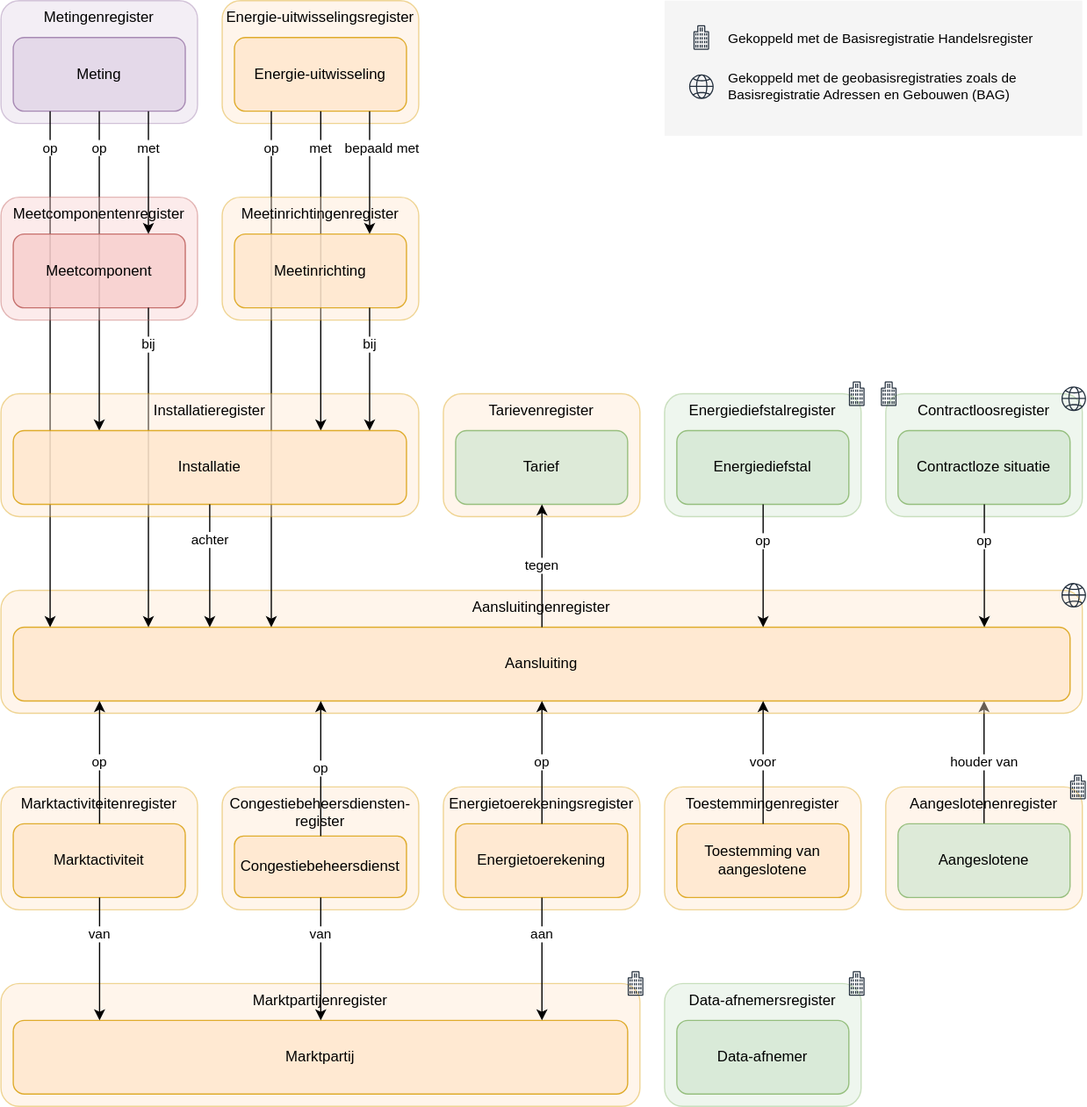
Before: docs/assets/images/stelselplaat.drawio.svg, a diagram exported from draw.io (Netbeheer-Nederland/stelsel). Source tidied: cells renumbered, new cells last; positions are measured from the earlier drawing's top-left corner, leaving out a move shared by most shapes.
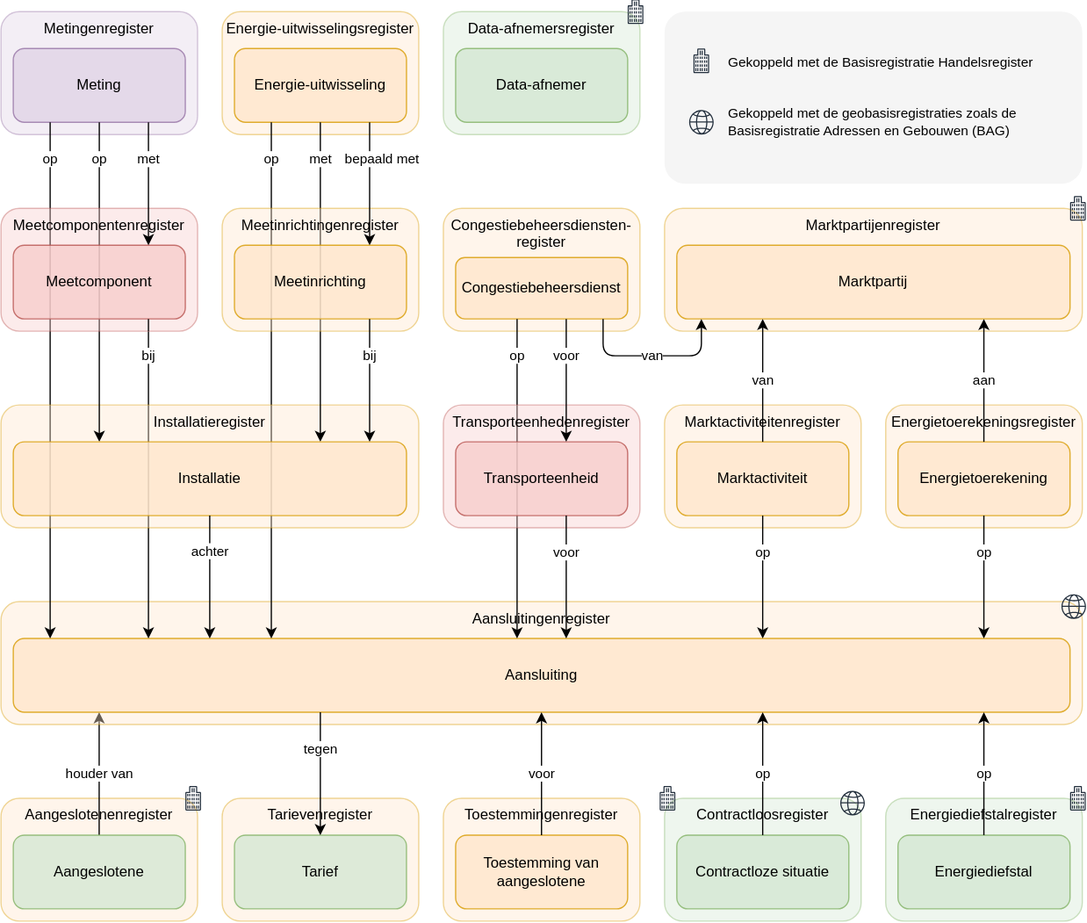
The same file after the commit.

Commit message:
van netfunctie naar transporteenheid

The edit, as a diff of the source:
```diff
@@ -2,72 +2,73 @@
   <root>
     <mxCell id="0" />
     <mxCell id="1" parent="0" />
-    <mxCell id="2" style="rounded=0;whiteSpace=wrap;html=1;fillColor=#f5f5f5;fontColor=#333333;strokeColor=none;" parent="1" vertex="1">
-      <mxGeometry x="540" width="340" height="110" as="geometry" />
+    <mxCell id="2" style="rounded=1;whiteSpace=wrap;html=1;fillColor=#f5f5f5;fontColor=#333333;strokeColor=none;arcSize=12;" parent="1" vertex="1">
+      <mxGeometry x="540" width="340" height="140" as="geometry" />
     </mxCell>
     <mxCell id="3" value="Toestemmingenregister" style="rounded=1;whiteSpace=wrap;html=1;verticalAlign=top;horizontal=1;align=center;fillColor=#ffe6cc;strokeColor=#d79b00;opacity=40;fontColor=default;" parent="1" vertex="1">
-      <mxGeometry x="540" y="640" width="160" height="100" as="geometry" />
+      <mxGeometry x="360" y="640" width="160" height="100" as="geometry" />
     </mxCell>
     <mxCell id="4" value="Marktpartijenregister" style="rounded=1;whiteSpace=wrap;html=1;verticalAlign=top;align=center;horizontal=1;fillColor=#ffe6cc;strokeColor=#d79b00;opacity=40;fontColor=default;" parent="1" vertex="1">
-      <mxGeometry y="800" width="520" height="100" as="geometry" />
+      <mxGeometry x="540" y="160" width="340" height="100" as="geometry" />
     </mxCell>
     <mxCell id="5" value="Marktpartij" style="rounded=1;whiteSpace=wrap;html=1;fillColor=#ffe6cc;strokeColor=#d79b00;opacity=80;fontColor=default;" parent="1" vertex="1">
-      <mxGeometry x="10" y="830" width="500" height="60" as="geometry" />
+      <mxGeometry x="550" y="190" width="320" height="60" as="geometry" />
     </mxCell>
     <mxCell id="6" value="Marktactiviteitenregister" style="rounded=1;whiteSpace=wrap;html=1;verticalAlign=top;align=center;horizontal=1;fillColor=#ffe6cc;strokeColor=#d79b00;opacity=40;fontColor=default;" parent="1" vertex="1">
-      <mxGeometry y="640" width="160" height="100" as="geometry" />
+      <mxGeometry x="540" y="320" width="160" height="100" as="geometry" />
     </mxCell>
     <mxCell id="7" value="Congestiebeheersdiensten-register" style="rounded=1;whiteSpace=wrap;html=1;verticalAlign=top;align=center;horizontal=1;fillColor=#ffe6cc;strokeColor=#d79b00;opacity=40;fontColor=default;" parent="1" vertex="1">
-      <mxGeometry x="180" y="640" width="160" height="100" as="geometry" />
+      <mxGeometry x="360" y="160" width="160" height="100" as="geometry" />
     </mxCell>
     <mxCell id="8" value="Marktactiviteit" style="rounded=1;whiteSpace=wrap;html=1;fillColor=#ffe6cc;strokeColor=#d79b00;opacity=80;fontColor=default;" parent="1" vertex="1">
-      <mxGeometry x="10" y="670" width="140" height="60" as="geometry" />
+      <mxGeometry x="550" y="350" width="140" height="60" as="geometry" />
     </mxCell>
     <mxCell id="9" value="Toestemming van aangeslotene" style="rounded=1;whiteSpace=wrap;html=1;fillColor=#ffe6cc;strokeColor=#d79b00;opacity=80;fontColor=default;" parent="1" vertex="1">
-      <mxGeometry x="550" y="670" width="140" height="60" as="geometry" />
+      <mxGeometry x="370" y="670" width="140" height="60" as="geometry" />
     </mxCell>
     <mxCell id="10" value="Congestiebeheersdienst" style="rounded=1;whiteSpace=wrap;html=1;fillColor=#ffe6cc;strokeColor=#d79b00;opacity=80;fontColor=default;" parent="1" vertex="1">
-      <mxGeometry x="190" y="680" width="140" height="50" as="geometry" />
+      <mxGeometry x="370" y="200" width="140" height="50" as="geometry" />
     </mxCell>
     <mxCell id="11" value="van" style="endArrow=classic;html=1;rounded=0;edgeStyle=elbowEdgeStyle;fontColor=default;" parent="1" edge="1" source="8" target="5">
-      <mxGeometry x="-0.4" relative="1" as="geometry" />
+      <mxGeometry relative="1" as="geometry" />
     </mxCell>
-    <mxCell id="12" value="van" style="endArrow=classic;html=1;rounded=0;edgeStyle=elbowEdgeStyle;fontColor=default;" parent="1" edge="1" source="10" target="5">
-      <mxGeometry x="-0.4" relative="1" as="geometry" />
+    <mxCell id="12" value="van" style="endArrow=classic;html=1;rounded=1;edgeStyle=orthogonalEdgeStyle;fontColor=default;curved=0;" parent="1" edge="1" source="10" target="5">
+      <mxGeometry relative="1" as="geometry">
+        <Array as="points">
+          <mxPoint x="490" y="280" />
+          <mxPoint x="570" y="280" />
+        </Array>
+      </mxGeometry>
     </mxCell>
     <mxCell id="13" value="Energietoerekeningsregister" style="rounded=1;whiteSpace=wrap;html=1;verticalAlign=top;align=center;horizontal=1;fillColor=#ffe6cc;strokeColor=#d79b00;opacity=40;fontColor=default;" parent="1" vertex="1">
-      <mxGeometry x="360" y="640" width="160" height="100" as="geometry" />
+      <mxGeometry x="720" y="320" width="160" height="100" as="geometry" />
     </mxCell>
     <mxCell id="14" value="Energietoerekening" style="rounded=1;whiteSpace=wrap;html=1;fillColor=#ffe6cc;strokeColor=#d79b00;opacity=80;fontColor=default;" parent="1" vertex="1">
-      <mxGeometry x="370" y="670" width="140" height="60" as="geometry" />
+      <mxGeometry x="730" y="350" width="140" height="60" as="geometry" />
     </mxCell>
     <mxCell id="15" value="aan" style="endArrow=classic;html=1;rounded=0;edgeStyle=elbowEdgeStyle;fontColor=default;" parent="1" edge="1" source="14" target="5">
-      <mxGeometry x="-0.4" relative="1" as="geometry" />
+      <mxGeometry relative="1" as="geometry" />
     </mxCell>
     <mxCell id="16" value="Tarievenregister" style="rounded=1;whiteSpace=wrap;html=1;verticalAlign=top;horizontal=1;align=center;strokeWidth=1;fillColor=#ffe6cc;strokeColor=#d79b00;opacity=40;fontColor=default;" parent="1" vertex="1">
-      <mxGeometry x="360" y="320" width="160" height="100" as="geometry" />
+      <mxGeometry x="180" y="640" width="160" height="100" as="geometry" />
     </mxCell>
     <mxCell id="17" value="Aangeslotenenregister" style="rounded=1;whiteSpace=wrap;html=1;verticalAlign=top;horizontal=1;align=center;strokeWidth=1;opacity=40;fillColor=#ffe6cc;strokeColor=#d79b00;fontColor=default;" parent="1" vertex="1">
-      <mxGeometry x="720" y="640" width="160" height="100" as="geometry" />
+      <mxGeometry y="640" width="160" height="100" as="geometry" />
     </mxCell>
     <mxCell id="18" value="houder van" style="endArrow=classic;html=1;rounded=0;edgeStyle=elbowEdgeStyle;fontColor=default;" parent="1" edge="1" source="48" target="24">
-      <mxGeometry relative="1" as="geometry">
-        <Array as="points">
-          <mxPoint x="840" y="700" />
-        </Array>
-      </mxGeometry>
+      <mxGeometry relative="1" as="geometry" />
     </mxCell>
     <mxCell id="19" value="Contractloosregister" style="rounded=1;whiteSpace=wrap;html=1;verticalAlign=top;horizontal=1;align=center;fillColor=#d5e8d4;strokeColor=#82b366;opacity=40;fontColor=default;" parent="1" vertex="1">
-      <mxGeometry x="720" y="320" width="160" height="100" as="geometry" />
+      <mxGeometry x="540" y="640" width="160" height="100" as="geometry" />
     </mxCell>
     <mxCell id="20" value="Data-afnemersregister" style="rounded=1;whiteSpace=wrap;html=1;verticalAlign=top;horizontal=1;align=center;fillColor=#d5e8d4;strokeColor=#82b366;opacity=40;fontColor=default;" parent="1" vertex="1">
-      <mxGeometry x="540" y="800" width="160" height="100" as="geometry" />
+      <mxGeometry x="360" width="160" height="100" as="geometry" />
     </mxCell>
     <mxCell id="21" value="Tarief" style="rounded=1;whiteSpace=wrap;html=1;fillColor=#d5e8d4;strokeColor=#82b366;opacity=80;fontColor=default;" parent="1" vertex="1">
-      <mxGeometry x="370" y="350" width="140" height="60" as="geometry" />
+      <mxGeometry x="190" y="670" width="140" height="60" as="geometry" />
     </mxCell>
     <mxCell id="22" value="Data-afnemer" style="rounded=1;whiteSpace=wrap;html=1;fillColor=#d5e8d4;strokeColor=#82b366;opacity=80;fontColor=default;" parent="1" vertex="1">
-      <mxGeometry x="550" y="830" width="140" height="60" as="geometry" />
+      <mxGeometry x="370" y="30" width="140" height="60" as="geometry" />
     </mxCell>
     <mxCell id="23" value="Aansluitingenregister" style="rounded=1;whiteSpace=wrap;html=1;verticalAlign=top;horizontal=1;align=center;opacity=40;fillColor=#ffe6cc;strokeColor=#d79b00;fontColor=default;" parent="1" vertex="1">
       <mxGeometry y="480" width="880" height="100" as="geometry" />
@@ -76,10 +77,10 @@
       <mxGeometry x="10" y="510" width="860" height="60" as="geometry" />
     </mxCell>
     <mxCell id="25" value="Energiediefstalregister" style="rounded=1;whiteSpace=wrap;html=1;verticalAlign=top;align=center;horizontal=1;fillColor=#d5e8d4;strokeColor=#82b366;opacity=40;fontColor=default;" parent="1" vertex="1">
-      <mxGeometry x="540" y="320" width="160" height="100" as="geometry" />
+      <mxGeometry x="720" y="640" width="160" height="100" as="geometry" />
     </mxCell>
     <mxCell id="26" value="Energiediefstal" style="rounded=1;whiteSpace=wrap;html=1;fillColor=#d5e8d4;strokeColor=#82b366;opacity=80;fontColor=default;" parent="1" vertex="1">
-      <mxGeometry x="550" y="350" width="140" height="60" as="geometry" />
+      <mxGeometry x="730" y="670" width="140" height="60" as="geometry" />
     </mxCell>
     <mxCell id="27" value="Energie-uitwisselingsregister" style="rounded=1;whiteSpace=wrap;html=1;verticalAlign=top;horizontal=1;align=center;strokeWidth=1;opacity=40;fillColor=#ffe6cc;strokeColor=#d79b00;fontColor=default;" parent="1" vertex="1">
       <mxGeometry x="180" width="160" height="100" as="geometry" />
@@ -94,7 +95,7 @@
       <mxGeometry x="10" y="30" width="140" height="60" as="geometry" />
     </mxCell>
     <mxCell id="31" value="op" style="endArrow=classic;html=1;rounded=0;edgeStyle=elbowEdgeStyle;fontColor=default;" parent="1" edge="1" source="8" target="24">
-      <mxGeometry relative="1" as="geometry" />
+      <mxGeometry x="-0.4" relative="1" as="geometry" />
     </mxCell>
     <mxCell id="32" value="op" style="endArrow=classic;html=1;rounded=0;edgeStyle=elbowEdgeStyle;fontColor=default;" parent="1" edge="1" source="29" target="24">
       <mxGeometry x="-0.86" relative="1" as="geometry">
@@ -104,7 +105,7 @@
       </mxGeometry>
     </mxCell>
     <mxCell id="33" value="tegen" style="endArrow=classic;html=1;rounded=0;edgeStyle=elbowEdgeStyle;fontColor=default;" parent="1" edge="1" source="24" target="21">
-      <mxGeometry relative="1" as="geometry" />
+      <mxGeometry x="-0.4" relative="1" as="geometry" />
     </mxCell>
     <mxCell id="34" value="op" style="endArrow=classic;html=1;rounded=0;edgeStyle=elbowEdgeStyle;fontColor=default;" parent="1" edge="1" source="30" target="24">
       <mxGeometry x="-0.86" relative="1" as="geometry">
@@ -114,13 +115,17 @@
       </mxGeometry>
     </mxCell>
     <mxCell id="35" value="op" style="endArrow=classic;html=1;rounded=0;edgeStyle=elbowEdgeStyle;fontColor=default;" parent="1" edge="1" source="10" target="24">
-      <mxGeometry relative="1" as="geometry" />
+      <mxGeometry x="-0.77" relative="1" as="geometry">
+        <Array as="points">
+          <mxPoint x="420" y="380" />
+        </Array>
+      </mxGeometry>
     </mxCell>
     <mxCell id="36" value="op" style="endArrow=classic;html=1;rounded=0;edgeStyle=elbowEdgeStyle;fontColor=default;" parent="1" edge="1" source="26" target="24">
-      <mxGeometry x="-0.4" relative="1" as="geometry" />
+      <mxGeometry relative="1" as="geometry" />
     </mxCell>
     <mxCell id="37" value="op" style="endArrow=classic;html=1;rounded=0;edgeStyle=elbowEdgeStyle;fontColor=default;" parent="1" edge="1" source="14" target="24">
-      <mxGeometry relative="1" as="geometry" />
+      <mxGeometry x="-0.4" relative="1" as="geometry" />
     </mxCell>
     <mxCell id="38" value="bij" style="endArrow=classic;html=1;rounded=0;edgeStyle=elbowEdgeStyle;fontColor=default;" parent="1" edge="1" target="24">
       <mxGeometry x="-0.84" relative="1" as="geometry">
@@ -172,7 +177,7 @@
       </mxGeometry>
     </mxCell>
     <mxCell id="48" value="Aangeslotene" style="rounded=1;whiteSpace=wrap;html=1;fillColor=#d5e8d4;strokeColor=#82b366;opacity=80;fontColor=default;" parent="1" vertex="1">
-      <mxGeometry x="730" y="670" width="140" height="60" as="geometry" />
+      <mxGeometry x="10" y="670" width="140" height="60" as="geometry" />
     </mxCell>
     <mxCell id="49" value="voor" style="endArrow=classic;html=1;rounded=0;edgeStyle=elbowEdgeStyle;endFill=1;fontColor=default;" parent="1" edge="1" source="9" target="24">
       <mxGeometry relative="1" as="geometry" />
@@ -197,43 +202,63 @@
       </mxGeometry>
     </mxCell>
     <mxCell id="54" value="Contractloze situatie" style="rounded=1;whiteSpace=wrap;html=1;fillColor=#d5e8d4;strokeColor=#82b366;opacity=80;fontColor=default;" parent="1" vertex="1">
-      <mxGeometry x="730" y="350" width="140" height="60" as="geometry" />
+      <mxGeometry x="550" y="670" width="140" height="60" as="geometry" />
     </mxCell>
     <mxCell id="55" value="op" style="endArrow=classic;html=1;rounded=0;edgeStyle=elbowEdgeStyle;fontColor=default;" parent="1" edge="1" source="54" target="24">
-      <mxGeometry x="-0.4" relative="1" as="geometry" />
+      <mxGeometry relative="1" as="geometry" />
     </mxCell>
     <mxCell id="56" style="sketch=0;fontColor=default;gradientColor=none;fillColor=#232F3D;strokeColor=none;dashed=0;verticalLabelPosition=bottom;verticalAlign=top;align=center;html=1;fontSize=12;fontStyle=0;shape=mxgraph.aws4.globe;" parent="1" vertex="1">
       <mxGeometry x="863" y="474" width="20" height="20" as="geometry" />
     </mxCell>
     <mxCell id="57" style="sketch=0;fontColor=#232F3E;gradientColor=none;fillColor=#232F3D;strokeColor=none;dashed=0;verticalLabelPosition=bottom;verticalAlign=top;align=center;html=1;fontSize=12;fontStyle=0;shape=mxgraph.aws4.office_building;" parent="1" vertex="1">
-      <mxGeometry x="716" y="310" width="12.8" height="20" as="geometry" />
+      <mxGeometry x="536" y="630" width="12.8" height="20" as="geometry" />
     </mxCell>
     <mxCell id="58" style="sketch=0;fontColor=#232F3E;gradientColor=none;fillColor=#232F3D;strokeColor=none;dashed=0;verticalLabelPosition=bottom;verticalAlign=top;align=center;html=1;fontSize=12;fontStyle=0;shape=mxgraph.aws4.office_building;" parent="1" vertex="1">
-      <mxGeometry x="870" y="630" width="12.8" height="20" as="geometry" />
+      <mxGeometry x="150" y="630" width="12.8" height="20" as="geometry" />
     </mxCell>
     <mxCell id="59" style="sketch=0;fontColor=#232F3E;gradientColor=none;fillColor=#232F3D;strokeColor=none;dashed=0;verticalLabelPosition=bottom;verticalAlign=top;align=center;html=1;fontSize=12;fontStyle=0;shape=mxgraph.aws4.office_building;" parent="1" vertex="1">
-      <mxGeometry x="690" y="790" width="12.8" height="20" as="geometry" />
+      <mxGeometry x="510" y="-10" width="12.8" height="20" as="geometry" />
     </mxCell>
     <mxCell id="60" style="sketch=0;fontColor=#232F3E;gradientColor=none;fillColor=#232F3D;strokeColor=none;dashed=0;verticalLabelPosition=bottom;verticalAlign=top;align=center;html=1;fontSize=12;fontStyle=0;shape=mxgraph.aws4.office_building;" parent="1" vertex="1">
-      <mxGeometry x="510" y="790" width="12.8" height="20" as="geometry" />
+      <mxGeometry x="870" y="150" width="12.8" height="20" as="geometry" />
     </mxCell>
     <mxCell id="61" style="sketch=0;fontColor=#232F3E;gradientColor=none;fillColor=#232F3D;strokeColor=none;dashed=0;verticalLabelPosition=bottom;verticalAlign=top;align=center;html=1;fontSize=12;fontStyle=0;shape=mxgraph.aws4.office_building;" parent="1" vertex="1">
-      <mxGeometry x="690" y="310" width="12.8" height="20" as="geometry" />
+      <mxGeometry x="870" y="630" width="12.8" height="20" as="geometry" />
     </mxCell>
     <mxCell id="62" style="sketch=0;fontColor=#232F3E;gradientColor=none;fillColor=#232F3D;strokeColor=none;dashed=0;verticalLabelPosition=bottom;verticalAlign=top;align=center;html=1;fontSize=12;fontStyle=0;shape=mxgraph.aws4.office_building;" parent="1" vertex="1">
-      <mxGeometry x="563" y="20" width="13.8" height="20" as="geometry" />
+      <mxGeometry x="563" y="30" width="13.8" height="20" as="geometry" />
     </mxCell>
     <mxCell id="63" value="Gekoppeld met de Basisregistratie Handelsregister" style="text;html=1;align=left;verticalAlign=bottom;whiteSpace=wrap;rounded=0;fontSize=11;" parent="1" vertex="1">
-      <mxGeometry x="590" y="20" width="260" height="20" as="geometry" />
+      <mxGeometry x="590" y="30" width="260" height="20" as="geometry" />
     </mxCell>
     <mxCell id="64" style="sketch=0;fontColor=default;gradientColor=none;fillColor=#232F3D;strokeColor=none;dashed=0;verticalLabelPosition=bottom;verticalAlign=top;align=center;html=1;fontSize=12;fontStyle=0;shape=mxgraph.aws4.globe;" parent="1" vertex="1">
-      <mxGeometry x="560" y="60" width="20" height="20" as="geometry" />
+      <mxGeometry x="560" y="80" width="20" height="20" as="geometry" />
     </mxCell>
     <mxCell id="65" value="Gekoppeld met de geobasisregistraties zoals de Basisregistratie Adressen en Gebouwen (BAG)" style="text;html=1;align=left;verticalAlign=middle;whiteSpace=wrap;rounded=0;fontSize=11;" parent="1" vertex="1">
-      <mxGeometry x="590" y="50" width="260" height="40" as="geometry" />
+      <mxGeometry x="590" y="70" width="260" height="40" as="geometry" />
     </mxCell>
     <mxCell id="66" style="sketch=0;fontColor=default;gradientColor=none;fillColor=#232F3D;strokeColor=none;dashed=0;verticalLabelPosition=bottom;verticalAlign=top;align=center;html=1;fontSize=12;fontStyle=0;shape=mxgraph.aws4.globe;" parent="1" vertex="1">
-      <mxGeometry x="863" y="314" width="20" height="20" as="geometry" />
+      <mxGeometry x="683" y="634" width="20" height="20" as="geometry" />
     </mxCell>
+    <mxCell id="67" value="Transporteenhedenregister" style="rounded=1;whiteSpace=wrap;html=1;verticalAlign=top;align=center;horizontal=1;strokeWidth=1;opacity=40;fillColor=#f8cecc;strokeColor=#b85450;fontColor=default;" parent="1" vertex="1">
+      <mxGeometry x="360" y="320" width="160" height="100" as="geometry" />
+    </mxCell>
+    <mxCell id="68" value="Transporteenheid" style="rounded=1;whiteSpace=wrap;html=1;fillColor=#f8cecc;strokeColor=#b85450;opacity=80;fontColor=default;" parent="1" vertex="1">
+      <mxGeometry x="370" y="350" width="140" height="60" as="geometry" />
+    </mxCell>
+    <mxCell id="69" value="voor" style="endArrow=classic;html=1;rounded=0;edgeStyle=elbowEdgeStyle;fontColor=default;" parent="1" edge="1" source="68" target="24">
+      <mxGeometry x="-0.4" relative="1" as="geometry">
+        <Array as="points">
+          <mxPoint x="460" y="460" />
+        </Array>
+      </mxGeometry>
+    </mxCell>
+    <mxCell id="70" value="voor" style="endArrow=classic;html=1;rounded=0;edgeStyle=elbowEdgeStyle;fontColor=default;" parent="1" edge="1" source="10" target="68">
+      <mxGeometry x="-0.4" relative="1" as="geometry">
+        <Array as="points">
+          <mxPoint x="460" y="300" />
+        </Array>
+      </mxGeometry>
+    </mxCell>
   </root>
 </mxGraphModel>
```
